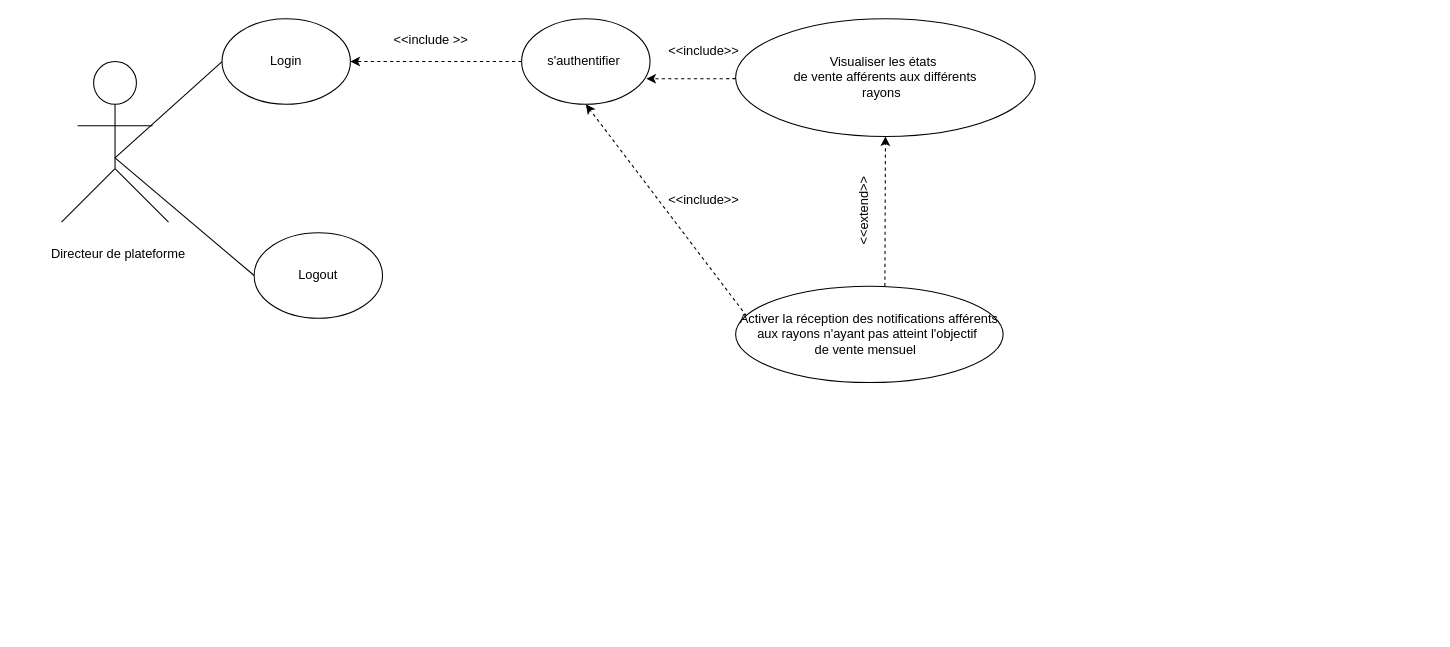
said11707/Conception-de-la-premi-re-version-du-site-one-bleach.uni- keeps this draw.io diagram as Untitled Diagram.drawio. Above is the earlier version. Source tidied: cells renumbered, new cells numbered last; positions are measured from the earlier drawing's top-left corner, leaving out a move shared by most shapes. Both pictures are drawn from the tidied source at 107%, with x=0, y=0 at pixel (18, 18).
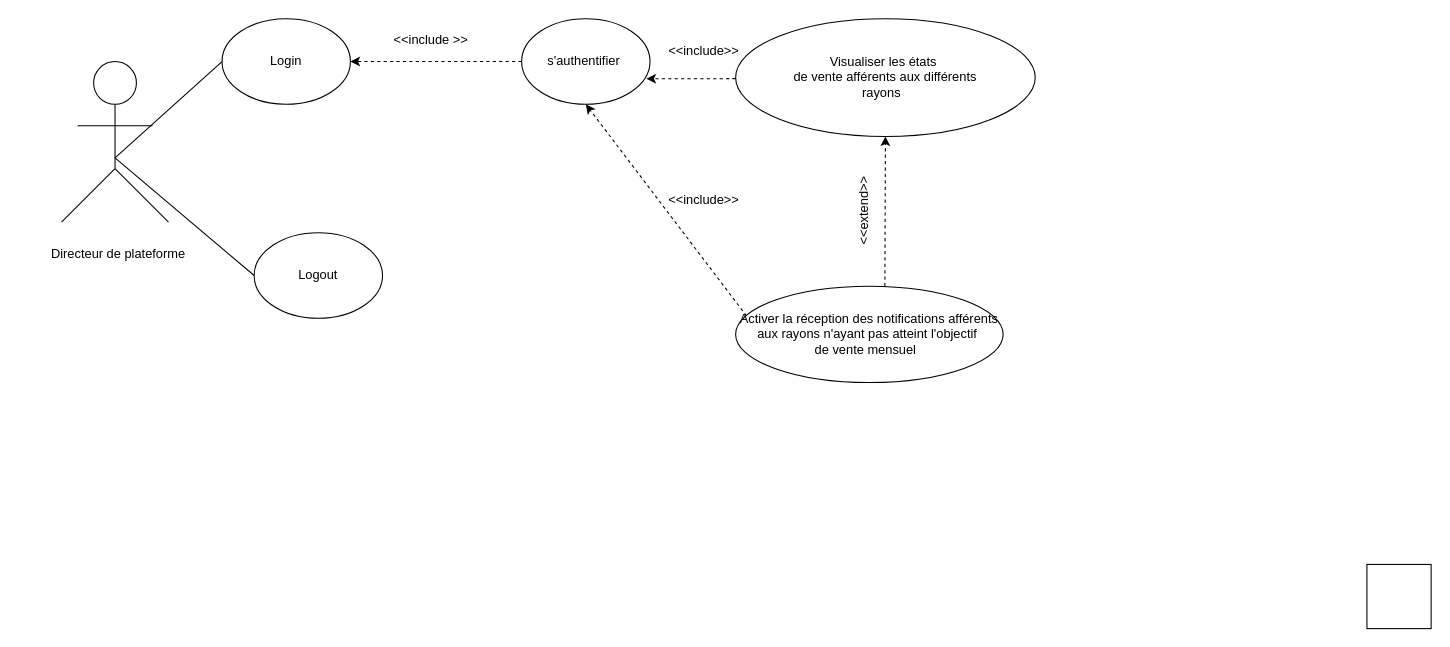
After the change.

Diff of the diagram source:
```diff
@@
+    <mxCell id="23" style="whiteSpace=wrap;html=1;" parent="1" vertex="1">
+      <mxGeometry x="1260" y="510" width="60" height="60" as="geometry" />
+    </mxCell>
@@
+    <mxCell id="24" style="edgeStyle=orthogonalEdgeStyle;rounded=0;orthogonalLoop=1;jettySize=auto;html=1;dashed=1;" parent="1" edge="1">
+      <mxGeometry relative="1" as="geometry">
+        <mxPoint x="1170" y="240" as="targetPoint" />
+      </mxGeometry>
+    </mxCell>
```
